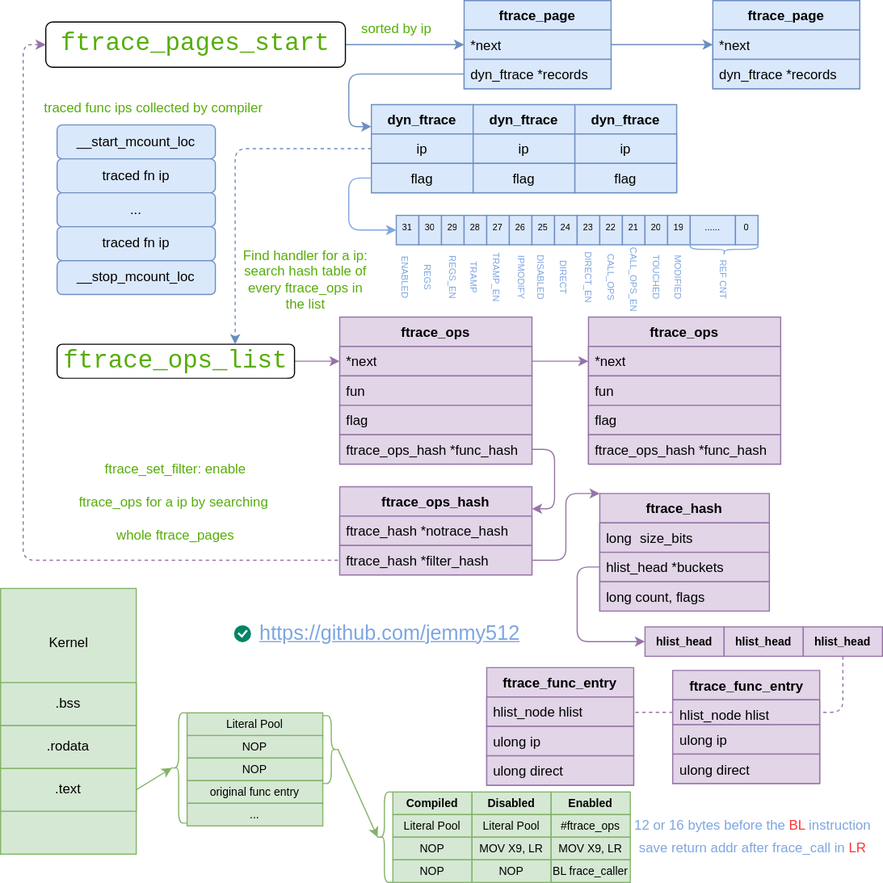
Before: images/kernel/trace-ftrace-arch.svg, a diagram exported from draw.io (jemmy512/book-notes). Source tidied: cells renumbered, new cells last; positions are measured from the earlier drawing's top-left corner, leaving out a move shared by most shapes.
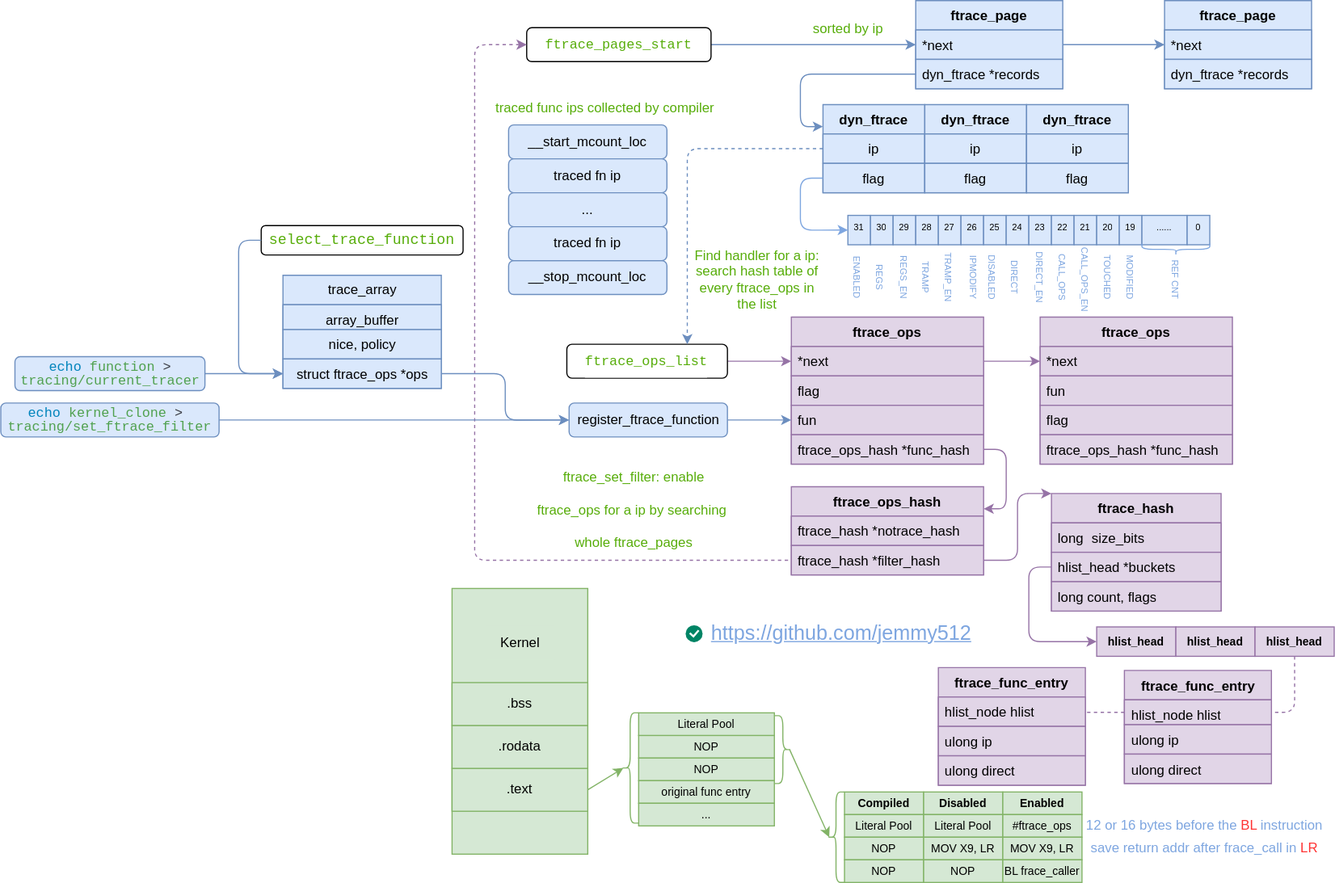
The same diagram one commit later.

Commit message:
tracer - tracepoint - trace_array

Change to the diagram source:
```diff
@@ -11,8 +11,8 @@
     <mxCell id="4" style="edgeStyle=orthogonalEdgeStyle;rounded=0;jettySize=auto;html=1;fillColor=#e1d5e7;strokeColor=#9673a6;" parent="1" edge="1" source="5" target="29">
       <mxGeometry relative="1" as="geometry" />
     </mxCell>
-    <mxCell id="5" value="&lt;meta charset=&quot;utf-8&quot;&gt;&lt;div style=&quot;color: #333333;background-color: #ffffff;font-family: Courier, Menlo, Monaco, 'Courier New', monospace;font-weight: normal;font-size: 22px;line-height: 28px;white-space: pre;&quot;&gt;&lt;div&gt;&lt;span style=&quot;color: #57ad0a;&quot;&gt;ftrace_ops_list&lt;/span&gt;&lt;/div&gt;&lt;/div&gt;" style="rounded=1;whiteSpace=wrap;html=1;" parent="1" vertex="1">
-      <mxGeometry x="50" y="304" width="210" height="30" as="geometry" />
+    <mxCell id="5" value="&lt;div style=&quot;color: rgb(51, 51, 51); background-color: rgb(255, 255, 255); font-family: Courier, Menlo, Monaco, &amp;quot;Courier New&amp;quot;, monospace; font-weight: normal; line-height: 28px; white-space: pre;&quot;&gt;&lt;div style=&quot;&quot;&gt;&lt;span style=&quot;color: rgb(87, 173, 10);&quot;&gt;&lt;font style=&quot;font-size: 12px;&quot;&gt;ftrace_ops_list&lt;/font&gt;&lt;/span&gt;&lt;/div&gt;&lt;/div&gt;" style="rounded=1;whiteSpace=wrap;html=1;" parent="1" vertex="1">
+      <mxGeometry x="101.5" y="304" width="142" height="30" as="geometry" />
     </mxCell>
     <mxCell id="6" value="dyn_ftrace" style="swimlane;fontStyle=1;align=center;verticalAlign=top;horizontal=1;startSize=26;whiteSpace=wrap;html=1;fillColor=#dae8fc;strokeColor=#6c8ebf;" parent="1" vertex="1">
       <mxGeometry x="328" y="92" width="90" height="78" as="geometry" />
@@ -77,8 +77,8 @@
     <mxCell id="26" style="edgeStyle=orthogonalEdgeStyle;rounded=0;jettySize=auto;html=1;entryX=0;entryY=0.5;entryDx=0;entryDy=0;fillColor=#dae8fc;strokeColor=#6c8ebf;" parent="1" edge="1" source="27" target="19">
       <mxGeometry relative="1" as="geometry" />
     </mxCell>
-    <mxCell id="27" value="&lt;div style=&quot;background-color: rgb(255, 255, 255); line-height: 28px;&quot;&gt;&lt;font face=&quot;Courier, Menlo, Monaco, Courier New, monospace&quot; color=&quot;#57ad0a&quot;&gt;&lt;span style=&quot;font-size: 22px; white-space: pre;&quot;&gt;ftrace_pages_start&lt;/span&gt;&lt;/font&gt;&lt;br&gt;&lt;/div&gt;" style="rounded=1;whiteSpace=wrap;html=1;" parent="1" vertex="1">
-      <mxGeometry x="40" y="19" width="265" height="40" as="geometry" />
+    <mxCell id="27" value="&lt;div style=&quot;line-height: 28px;&quot;&gt;&lt;font size=&quot;1&quot; face=&quot;Courier, Menlo, Monaco, Courier New, monospace&quot; color=&quot;#57ad0a&quot;&gt;&lt;span style=&quot;white-space: pre; font-size: 12px;&quot;&gt;ftrace_pages_start&lt;/span&gt;&lt;/font&gt;&lt;br&gt;&lt;/div&gt;" style="rounded=1;whiteSpace=wrap;html=1;labelBackgroundColor=none;" parent="1" vertex="1">
+      <mxGeometry x="66" y="24" width="163" height="30" as="geometry" />
     </mxCell>
     <mxCell id="28" value="ftrace_ops" style="swimlane;fontStyle=1;align=center;verticalAlign=top;horizontal=1;startSize=26;whiteSpace=wrap;html=1;fillColor=#e1d5e7;strokeColor=#9673a6;" parent="1" vertex="1">
       <mxGeometry x="300" y="280" width="170" height="130" as="geometry" />
@@ -86,12 +86,12 @@
     <mxCell id="29" value="*next" style="text;strokeColor=#9673a6;fillColor=#e1d5e7;align=left;verticalAlign=top;spacingLeft=4;spacingRight=4;overflow=hidden;points=[[0,0.5],[1,0.5]];portConstraint=eastwest;whiteSpace=wrap;html=1;" parent="28" vertex="1">
       <mxGeometry y="26" width="170" height="26" as="geometry" />
     </mxCell>
+    <mxCell id="31" value="flag" style="text;strokeColor=#9673a6;fillColor=#e1d5e7;align=left;verticalAlign=top;spacingLeft=4;spacingRight=4;overflow=hidden;whiteSpace=wrap;html=1;" parent="28" vertex="1">
+      <mxGeometry y="52" width="170" height="26" as="geometry" />
+    </mxCell>
     <mxCell id="30" value="fun" style="text;strokeColor=#9673a6;fillColor=#e1d5e7;align=left;verticalAlign=top;spacingLeft=4;spacingRight=4;overflow=hidden;points=[[0,0.5],[1,0.5]];portConstraint=eastwest;whiteSpace=wrap;html=1;" parent="28" vertex="1">
-      <mxGeometry y="52" width="170" height="26" as="geometry" />
+      <mxGeometry y="78" width="170" height="26" as="geometry" />
     </mxCell>
-    <mxCell id="31" value="flag" style="text;strokeColor=#9673a6;fillColor=#e1d5e7;align=left;verticalAlign=top;spacingLeft=4;spacingRight=4;overflow=hidden;whiteSpace=wrap;html=1;" parent="28" vertex="1">
-      <mxGeometry y="78" width="170" height="26" as="geometry" />
-    </mxCell>
     <mxCell id="32" value="ftrace_ops_hash *func_hash" style="text;strokeColor=#9673a6;fillColor=#e1d5e7;align=left;verticalAlign=top;spacingLeft=4;spacingRight=4;overflow=hidden;points=[[0,0.5],[1,0.5]];portConstraint=eastwest;whiteSpace=wrap;html=1;" parent="28" vertex="1">
       <mxGeometry y="104" width="170" height="26" as="geometry" />
     </mxCell>
@@ -140,7 +140,7 @@
       </mxGeometry>
     </mxCell>
     <mxCell id="46" value="&lt;h1 style=&quot;margin-top: 0px;&quot;&gt;&lt;span style=&quot;background-color: initial; font-size: 12px; font-weight: normal;&quot;&gt;ftrace_set_filter: enable&lt;br&gt;&lt;/span&gt;&lt;span style=&quot;background-color: initial; font-size: 12px; font-weight: normal;&quot;&gt;ftrace_ops for a ip by searching&amp;nbsp;&lt;br&gt;&lt;/span&gt;&lt;span style=&quot;background-color: initial; font-size: 12px; font-weight: normal;&quot;&gt;whole ftrace_pages&lt;/span&gt;&lt;/h1&gt;" style="text;html=1;whiteSpace=wrap;overflow=hidden;rounded=0;align=center;fillColor=none;strokeColor=none;fontColor=#57AD0A;" parent="1" vertex="1">
-      <mxGeometry x="65" y="390" width="180" height="100" as="geometry" />
+      <mxGeometry x="71" y="397" width="180" height="100" as="geometry" />
     </mxCell>
     <mxCell id="47" value="traced func ips collected by compiler" style="text;html=1;align=center;verticalAlign=middle;strokeColor=none;fillColor=none;fontColor=#57AD0A;" parent="1" vertex="1">
       <mxGeometry x="25" y="80" width="220" height="30" as="geometry" />
@@ -405,5 +405,44 @@
     <mxCell id="132" value="&lt;span style=&quot;text-wrap: nowrap;&quot;&gt;Literal Pool&lt;/span&gt;" style="rounded=0;whiteSpace=wrap;html=1;fillColor=#d5e8d4;strokeColor=#82b366;fontSize=10;" parent="126" vertex="1">
       <mxGeometry x="15" width="120" height="20" as="geometry" />
     </mxCell>
+    <mxCell id="133" style="edgeStyle=orthogonalEdgeStyle;curved=0;rounded=1;jettySize=auto;html=1;strokeColor=#6c8ebf;align=center;verticalAlign=middle;fontFamily=Helvetica;fontSize=11;fontColor=default;labelBackgroundColor=default;endArrow=classic;fillColor=#dae8fc;" parent="1" edge="1" source="134" target="30">
+      <mxGeometry relative="1" as="geometry" />
+    </mxCell>
+    <mxCell id="134" value="register_ftrace_function" style="rounded=1;whiteSpace=wrap;html=1;fillColor=#dae8fc;strokeColor=#6c8ebf;" parent="1" vertex="1">
+      <mxGeometry x="103.5" y="356" width="140" height="30" as="geometry" />
+    </mxCell>
+    <mxCell id="135" value="&lt;p&gt;trace_array&lt;/p&gt;" style="swimlane;fontStyle=0;horizontal=1;startSize=26;fillColor=#dae8fc;whiteSpace=wrap;html=1;strokeColor=#6c8ebf;align=center;" parent="1" vertex="1">
+      <mxGeometry x="-149.5" y="243" width="140" height="100" as="geometry" />
+    </mxCell>
+    <mxCell id="136" value="array_buffer" style="text;strokeColor=#6c8ebf;fillColor=#dae8fc;align=center;verticalAlign=top;spacingLeft=4;spacingRight=4;overflow=hidden;whiteSpace=wrap;html=1;" parent="135" vertex="1">
+      <mxGeometry y="26" width="140" height="22" as="geometry" />
+    </mxCell>
+    <mxCell id="137" value="nice, policy" style="text;strokeColor=#6c8ebf;fillColor=#dae8fc;align=center;verticalAlign=top;spacingLeft=4;spacingRight=4;overflow=hidden;whiteSpace=wrap;html=1;" parent="135" vertex="1">
+      <mxGeometry y="48" width="140" height="26" as="geometry" />
+    </mxCell>
+    <mxCell id="138" value="struct ftrace_ops *ops" style="text;strokeColor=#6c8ebf;fillColor=#dae8fc;align=center;verticalAlign=top;spacingLeft=4;spacingRight=4;overflow=hidden;points=[[0,0.5],[1,0.5]];portConstraint=eastwest;whiteSpace=wrap;html=1;" parent="135" vertex="1">
+      <mxGeometry y="74" width="140" height="26" as="geometry" />
+    </mxCell>
+    <mxCell id="139" style="edgeStyle=orthogonalEdgeStyle;curved=0;rounded=1;jettySize=auto;html=1;strokeColor=#6c8ebf;align=center;verticalAlign=middle;fontFamily=Helvetica;fontSize=11;fontColor=default;labelBackgroundColor=default;endArrow=classic;fillColor=#dae8fc;" parent="1" edge="1" source="140" target="138">
+      <mxGeometry relative="1" as="geometry" />
+    </mxCell>
+    <mxCell id="140" value="&lt;div style=&quot;font-family: Courier, Consolas, &amp;quot;Courier New&amp;quot;, monospace; line-height: 100%; white-space: pre;&quot;&gt;&lt;span style=&quot;&quot;&gt;&lt;span style=&quot;color: rgb(1, 132, 188);&quot;&gt;echo&lt;/span&gt;&lt;font style=&quot;&quot; color=&quot;#383a42&quot;&gt; &lt;/font&gt;&lt;span style=&quot;color: rgb(80, 161, 79);&quot;&gt;function&lt;/span&gt;&lt;font style=&quot;&quot; color=&quot;#383a42&quot;&gt; &amp;gt;&lt;br&gt;&lt;/font&gt;&lt;span style=&quot;color: rgb(80, 161, 79);&quot;&gt;tracing/current_tracer&lt;/span&gt;&lt;/span&gt;&lt;/div&gt;" style="rounded=1;whiteSpace=wrap;html=1;fillColor=#dae8fc;strokeColor=#6c8ebf;labelBackgroundColor=none;" parent="1" vertex="1">
+      <mxGeometry x="-386.5" y="315" width="168" height="30" as="geometry" />
+    </mxCell>
+    <mxCell id="141" style="edgeStyle=orthogonalEdgeStyle;curved=0;rounded=1;jettySize=auto;html=1;strokeColor=#6c8ebf;align=center;verticalAlign=middle;fontFamily=Helvetica;fontSize=11;fontColor=default;labelBackgroundColor=default;endArrow=classic;fillColor=#dae8fc;entryX=0;entryY=0.5;entryDx=0;entryDy=0;" parent="1" edge="1" source="138" target="134">
+      <mxGeometry relative="1" as="geometry" />
+    </mxCell>
+    <mxCell id="142" value="&lt;div style=&quot;line-height: 28px; font-size: 13px;&quot;&gt;&lt;font color=&quot;#57ad0a&quot; face=&quot;Courier, Menlo, Monaco, Courier New, monospace&quot; style=&quot;font-size: 13px;&quot;&gt;&lt;span style=&quot;font-size: 13px; white-space: pre;&quot;&gt;select_trace_function&lt;/span&gt;&lt;/font&gt;&lt;br style=&quot;font-size: 13px;&quot;&gt;&lt;/div&gt;" style="rounded=1;whiteSpace=wrap;html=1;fontSize=13;labelBackgroundColor=none;" parent="1" vertex="1">
+      <mxGeometry x="-168.8" y="199" width="178.5" height="26" as="geometry" />
+    </mxCell>
+    <mxCell id="143" style="edgeStyle=orthogonalEdgeStyle;curved=0;rounded=1;jettySize=auto;html=1;entryX=0;entryY=0.5;entryDx=0;entryDy=0;strokeColor=#6c8ebf;align=center;verticalAlign=middle;fontFamily=Helvetica;fontSize=11;fontColor=default;labelBackgroundColor=default;endArrow=classic;fillColor=#dae8fc;exitX=0;exitY=0.5;exitDx=0;exitDy=0;" parent="1" edge="1" source="142" target="138">
+      <mxGeometry relative="1" as="geometry" />
+    </mxCell>
+    <mxCell id="144" style="edgeStyle=orthogonalEdgeStyle;curved=0;rounded=1;jettySize=auto;html=1;entryX=0;entryY=0.5;entryDx=0;entryDy=0;strokeColor=#6c8ebf;align=center;verticalAlign=middle;fontFamily=Helvetica;fontSize=11;fontColor=default;labelBackgroundColor=default;endArrow=classic;fillColor=#dae8fc;" parent="1" edge="1" source="145" target="134">
+      <mxGeometry relative="1" as="geometry" />
+    </mxCell>
+    <mxCell id="145" value="&lt;div style=&quot;color: rgb(56, 58, 66); font-family: Courier, Consolas, &amp;quot;Courier New&amp;quot;, monospace; line-height: 100%; white-space: pre;&quot;&gt;&lt;span style=&quot;color: #0184bc;&quot;&gt;echo&lt;/span&gt; &lt;span style=&quot;color: #50a14f;&quot;&gt;kernel_clone&lt;/span&gt; &amp;gt; &lt;br&gt;&lt;span style=&quot;color: #50a14f;&quot;&gt;tracing/set_ftrace_filter&lt;/span&gt;&lt;/div&gt;" style="rounded=1;whiteSpace=wrap;html=1;fillColor=#dae8fc;strokeColor=#6c8ebf;labelBackgroundColor=none;" parent="1" vertex="1">
+      <mxGeometry x="-399" y="356" width="193" height="30" as="geometry" />
+    </mxCell>
   </root>
 </mxGraphModel>
```
